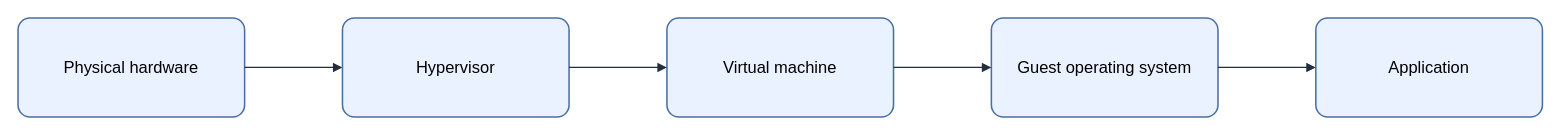
Above: assets/img/virtualization/virtualization-model.drawio in KKamJi98/kkamji98.github.io (draw.io), before the change. Source tidied: cells renumbered, new cells numbered last; positions are measured from the earlier drawing's top-left corner, leaving out a move shared by most shapes. Both pictures are drawn from the tidied source at 103%, with x=0, y=0 at pixel (18, 18).
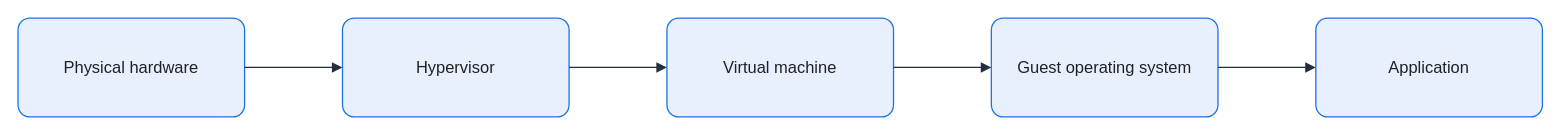
The same diagram, later.

Diff of the diagram source:
```diff
@@
 <mxGraphModel background="#FFFFFF">
   <root>
     <mxCell id="0" />
     <mxCell id="1" parent="0" />
-    <mxCell id="2" value="Physical hardware" style="rounded=1;arcSize=12;whiteSpace=wrap;html=0;fillColor=#EAF2FF;strokeColor=#4A6FA5;strokeWidth=1.5;fontColor=#000000;fontSize=16;align=center;verticalAlign=middle;spacing=8;shadow=0;" parent="1" vertex="1">
+    <mxCell id="2" value="Physical hardware" style="rounded=1;arcSize=12;whiteSpace=wrap;html=0;fillColor=#E8F0FE;strokeColor=#1A73E8;strokeWidth=1.25;fontColor=#202124;fontSize=16;align=center;verticalAlign=middle;spacing=8;shadow=0;" parent="1" vertex="1">
       <mxGeometry width="220" height="96" as="geometry" />
     </mxCell>
-    <mxCell id="3" value="Hypervisor" style="rounded=1;arcSize=12;whiteSpace=wrap;html=0;fillColor=#EAF2FF;strokeColor=#4A6FA5;strokeWidth=1.5;fontColor=#000000;fontSize=16;align=center;verticalAlign=middle;spacing=8;shadow=0;" parent="1" vertex="1">
+    <mxCell id="3" value="Hypervisor" style="rounded=1;arcSize=12;whiteSpace=wrap;html=0;fillColor=#E8F0FE;strokeColor=#1A73E8;strokeWidth=1.25;fontColor=#202124;fontSize=16;align=center;verticalAlign=middle;spacing=8;shadow=0;" parent="1" vertex="1">
       <mxGeometry x="315" width="220" height="96" as="geometry" />
     </mxCell>
-    <mxCell id="4" value="Virtual machine" style="rounded=1;arcSize=12;whiteSpace=wrap;html=0;fillColor=#EAF2FF;strokeColor=#4A6FA5;strokeWidth=1.5;fontColor=#000000;fontSize=16;align=center;verticalAlign=middle;spacing=8;shadow=0;" parent="1" vertex="1">
+    <mxCell id="4" value="Virtual machine" style="rounded=1;arcSize=12;whiteSpace=wrap;html=0;fillColor=#E8F0FE;strokeColor=#1A73E8;strokeWidth=1.25;fontColor=#202124;fontSize=16;align=center;verticalAlign=middle;spacing=8;shadow=0;" parent="1" vertex="1">
       <mxGeometry x="630" width="220" height="96" as="geometry" />
     </mxCell>
-    <mxCell id="5" value="Guest operating system" style="rounded=1;arcSize=12;whiteSpace=wrap;html=0;fillColor=#EAF2FF;strokeColor=#4A6FA5;strokeWidth=1.5;fontColor=#000000;fontSize=16;align=center;verticalAlign=middle;spacing=8;shadow=0;" parent="1" vertex="1">
+    <mxCell id="5" value="Guest operating system" style="rounded=1;arcSize=12;whiteSpace=wrap;html=0;fillColor=#E8F0FE;strokeColor=#1A73E8;strokeWidth=1.25;fontColor=#202124;fontSize=16;align=center;verticalAlign=middle;spacing=8;shadow=0;" parent="1" vertex="1">
       <mxGeometry x="945" width="220" height="96" as="geometry" />
     </mxCell>
-    <mxCell id="6" value="Application" style="rounded=1;arcSize=12;whiteSpace=wrap;html=0;fillColor=#EAF2FF;strokeColor=#4A6FA5;strokeWidth=1.5;fontColor=#000000;fontSize=16;align=center;verticalAlign=middle;spacing=8;shadow=0;" parent="1" vertex="1">
+    <mxCell id="6" value="Application" style="rounded=1;arcSize=12;whiteSpace=wrap;html=0;fillColor=#E8F0FE;strokeColor=#1A73E8;strokeWidth=1.25;fontColor=#202124;fontSize=16;align=center;verticalAlign=middle;spacing=8;shadow=0;" parent="1" vertex="1">
       <mxGeometry x="1260" width="220" height="96" as="geometry" />
     </mxCell>
-    <mxCell id="7" style="edgeStyle=orthogonalEdgeStyle;rounded=0;jettySize=auto;html=0;endArrow=block;endFill=1;strokeColor=#232F3E;strokeWidth=1.25;fontColor=#000000;labelBackgroundColor=none;exitX=1;exitY=0.5;exitDx=0;exitDy=0;entryX=0;entryY=0.5;entryDx=0;entryDy=0;" parent="1" edge="1" source="2" target="3">
+    <mxCell id="7" style="edgeStyle=orthogonalEdgeStyle;rounded=0;jettySize=auto;html=0;endArrow=block;endFill=1;strokeColor=#232F3E;strokeWidth=1.25;fontColor=#202124;labelBackgroundColor=none;exitX=1;exitY=0.5;exitDx=0;exitDy=0;entryX=0;entryY=0.5;entryDx=0;entryDy=0;endSize=7;" parent="1" edge="1" source="2" target="3">
       <mxGeometry relative="1" as="geometry" />
     </mxCell>
-    <mxCell id="8" style="edgeStyle=orthogonalEdgeStyle;rounded=0;jettySize=auto;html=0;endArrow=block;endFill=1;strokeColor=#232F3E;strokeWidth=1.25;fontColor=#000000;labelBackgroundColor=none;exitX=1;exitY=0.5;exitDx=0;exitDy=0;entryX=0;entryY=0.5;entryDx=0;entryDy=0;" parent="1" edge="1" source="3" target="4">
+    <mxCell id="8" style="edgeStyle=orthogonalEdgeStyle;rounded=0;jettySize=auto;html=0;endArrow=block;endFill=1;strokeColor=#232F3E;strokeWidth=1.25;fontColor=#202124;labelBackgroundColor=none;exitX=1;exitY=0.5;exitDx=0;exitDy=0;entryX=0;entryY=0.5;entryDx=0;entryDy=0;endSize=7;" parent="1" edge="1" source="3" target="4">
       <mxGeometry relative="1" as="geometry" />
     </mxCell>
-    <mxCell id="9" style="edgeStyle=orthogonalEdgeStyle;rounded=0;jettySize=auto;html=0;endArrow=block;endFill=1;strokeColor=#232F3E;strokeWidth=1.25;fontColor=#000000;labelBackgroundColor=none;exitX=1;exitY=0.5;exitDx=0;exitDy=0;entryX=0;entryY=0.5;entryDx=0;entryDy=0;" parent="1" edge="1" source="4" target="5">
+    <mxCell id="9" style="edgeStyle=orthogonalEdgeStyle;rounded=0;jettySize=auto;html=0;endArrow=block;endFill=1;strokeColor=#232F3E;strokeWidth=1.25;fontColor=#202124;labelBackgroundColor=none;exitX=1;exitY=0.5;exitDx=0;exitDy=0;entryX=0;entryY=0.5;entryDx=0;entryDy=0;endSize=7;" parent="1" edge="1" source="4" target="5">
       <mxGeometry relative="1" as="geometry" />
     </mxCell>
-    <mxCell id="10" style="edgeStyle=orthogonalEdgeStyle;rounded=0;jettySize=auto;html=0;endArrow=block;endFill=1;strokeColor=#232F3E;strokeWidth=1.25;fontColor=#000000;labelBackgroundColor=none;exitX=1;exitY=0.5;exitDx=0;exitDy=0;entryX=0;entryY=0.5;entryDx=0;entryDy=0;" parent="1" edge="1" source="5" target="6">
+    <mxCell id="10" style="edgeStyle=orthogonalEdgeStyle;rounded=0;jettySize=auto;html=0;endArrow=block;endFill=1;strokeColor=#232F3E;strokeWidth=1.25;fontColor=#202124;labelBackgroundColor=none;exitX=1;exitY=0.5;exitDx=0;exitDy=0;entryX=0;entryY=0.5;entryDx=0;entryDy=0;endSize=7;" parent="1" edge="1" source="5" target="6">
       <mxGeometry relative="1" as="geometry" />
     </mxCell>
   </root>
 </mxGraphModel>
```
